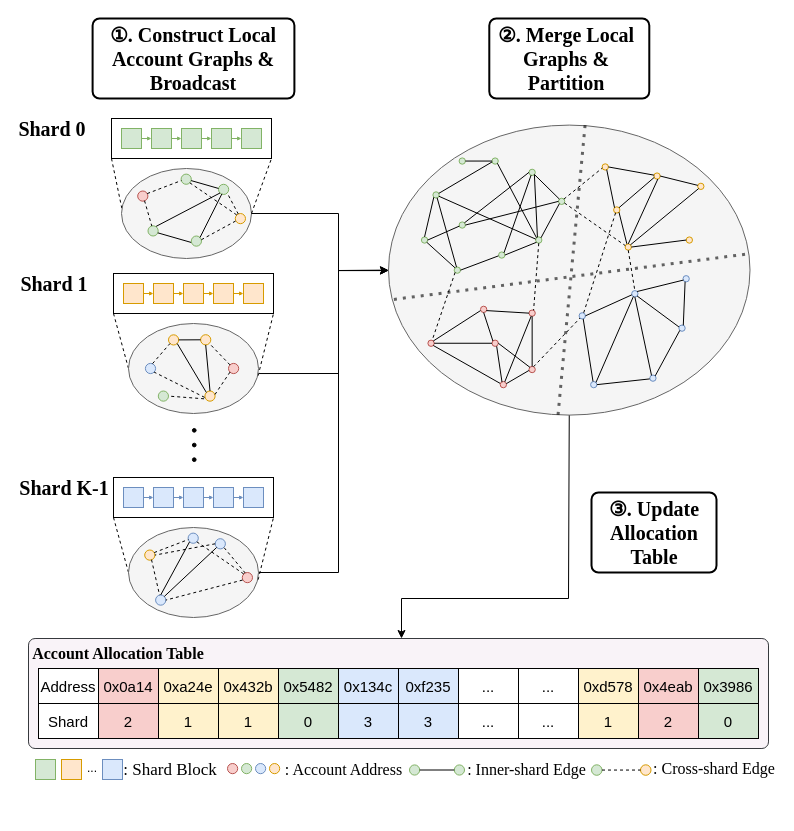
This is images/overview.drawio from qucheng-ustc/TAB, a draw.io file, before an edit. Source tidied: cells renumbered, new cells numbered last; positions are measured from the earlier drawing's top-left corner, leaving out a move shared by most shapes. Both pictures are drawn from the tidied source at 100%, with x=0, y=0 at pixel (17, 18).
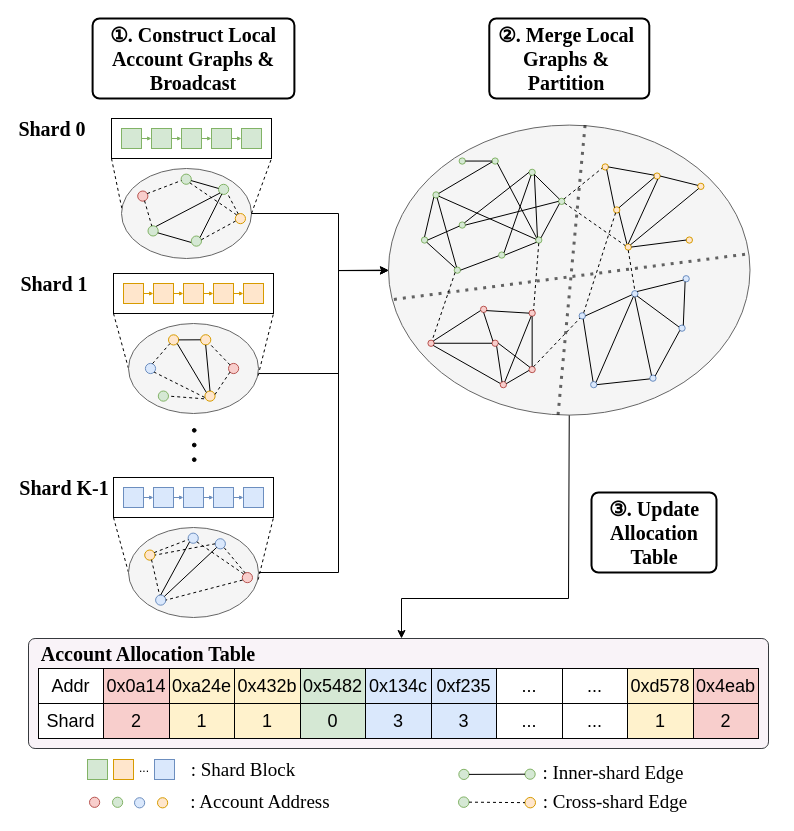
After the change.

Unchanged cells that the change refers to:
```xml
<mxCell id="6" style="shape=tableRow;horizontal=0;startSize=0;swimlaneHead=0;swimlaneBody=0;top=0;left=0;bottom=0;right=0;fontStyle=0;fillColor=none;strokeColor=inherit;" parent="5" vertex="1">
  <mxGeometry width="720" height="35" as="geometry" />
</mxCell>
<mxCell id="19" style="shape=tableRow;horizontal=0;startSize=0;swimlaneHead=0;swimlaneBody=0;top=0;left=0;bottom=0;right=0;fontStyle=0;fillColor=none;strokeColor=inherit;" parent="5" vertex="1">
  <mxGeometry y="35" width="720" height="35" as="geometry" />
</mxCell>
```

Change to the diagram source:
```diff
@@
-    <mxCell id="4" value="Account Allocation Table" style="text;html=1;strokeColor=none;fillColor=none;align=center;verticalAlign=middle;whiteSpace=wrap;rounded=0;fontSize=16;fontStyle=1;fontFamily=Times New Roman;" parent="1" vertex="1">
-      <mxGeometry x="11" y="620" width="180" height="30" as="geometry" />
+    <mxCell id="4" value="Account Allocation Table" style="text;html=1;strokeColor=none;fillColor=none;align=center;verticalAlign=middle;whiteSpace=wrap;rounded=0;fontSize=20;fontStyle=1;fontFamily=Times New Roman;" parent="1" vertex="1">
+      <mxGeometry x="11" y="620" width="240" height="30" as="geometry" />
     </mxCell>
@@
-    <mxCell id="7" value="Address" style="align=center;whiteSpace=wrap;html=1;fontSize=15;" parent="6" vertex="1">
-      <mxGeometry width="60" height="35" as="geometry" />
+    <mxCell id="7" value="Addr" style="align=center;whiteSpace=wrap;html=1;fontSize=18;" parent="6" vertex="1">
+      <mxGeometry width="65" height="35" as="geometry" />
     </mxCell>
-    <mxCell id="8" value="0x0a14" style="strokeColor=#000000;fillColor=#f8cecc;align=center;whiteSpace=wrap;html=1;fontSize=15;" parent="6" vertex="1">
-      <mxGeometry x="60" width="60" height="35" as="geometry" />
+    <mxCell id="8" value="0x0a14" style="strokeColor=#000000;fillColor=#f8cecc;align=center;whiteSpace=wrap;html=1;fontSize=18;" parent="6" vertex="1">
+      <mxGeometry x="65" width="66" height="35" as="geometry" />
     </mxCell>
-    <mxCell id="9" value="0xa24e" style="strokeColor=#000000;fillColor=#fff2cc;align=center;whiteSpace=wrap;html=1;fontSize=15;" parent="6" vertex="1">
-      <mxGeometry x="120" width="60" height="35" as="geometry" />
+    <mxCell id="9" value="0xa24e" style="strokeColor=#000000;fillColor=#fff2cc;align=center;whiteSpace=wrap;html=1;fontSize=18;" parent="6" vertex="1">
+      <mxGeometry x="131" width="65" height="35" as="geometry" />
     </mxCell>
-    <mxCell id="10" value="0x432b" style="strokeColor=#000000;fillColor=#fff2cc;align=center;whiteSpace=wrap;html=1;fontSize=15;" parent="6" vertex="1">
-      <mxGeometry x="180" width="60" height="35" as="geometry" />
+    <mxCell id="10" value="0x432b" style="strokeColor=#000000;fillColor=#fff2cc;align=center;whiteSpace=wrap;html=1;fontSize=18;" parent="6" vertex="1">
+      <mxGeometry x="196" width="66" height="35" as="geometry" />
     </mxCell>
-    <mxCell id="11" value="0x5482" style="strokeColor=#000000;fillColor=#d5e8d4;align=center;whiteSpace=wrap;html=1;fontSize=15;" parent="6" vertex="1">
-      <mxGeometry x="240" width="60" height="35" as="geometry" />
+    <mxCell id="11" value="0x5482" style="strokeColor=#000000;fillColor=#d5e8d4;align=center;whiteSpace=wrap;html=1;fontSize=18;" parent="6" vertex="1">
+      <mxGeometry x="262" width="65" height="35" as="geometry" />
     </mxCell>
-    <mxCell id="12" value="0x134c" style="strokeColor=#000000;fillColor=#dae8fc;align=center;whiteSpace=wrap;html=1;fontSize=15;" parent="6" vertex="1">
-      <mxGeometry x="300" width="60" height="35" as="geometry" />
+    <mxCell id="12" value="0x134c" style="strokeColor=#000000;fillColor=#dae8fc;align=center;whiteSpace=wrap;html=1;fontSize=18;" parent="6" vertex="1">
+      <mxGeometry x="327" width="66" height="35" as="geometry" />
     </mxCell>
-    <mxCell id="13" value="0xf235" style="strokeColor=#000000;fillColor=#dae8fc;align=center;whiteSpace=wrap;html=1;fontSize=15;" parent="6" vertex="1">
-      <mxGeometry x="360" width="60" height="35" as="geometry" />
+    <mxCell id="13" value="0xf235" style="strokeColor=#000000;fillColor=#dae8fc;align=center;whiteSpace=wrap;html=1;fontSize=18;" parent="6" vertex="1">
+      <mxGeometry x="393" width="65" height="35" as="geometry" />
     </mxCell>
-    <mxCell id="14" value="..." style="align=center;whiteSpace=wrap;html=1;fontSize=15;" parent="6" vertex="1">
-      <mxGeometry x="420" width="60" height="35" as="geometry" />
+    <mxCell id="14" value="..." style="align=center;whiteSpace=wrap;html=1;fontSize=18;" parent="6" vertex="1">
+      <mxGeometry x="458" width="66" height="35" as="geometry" />
     </mxCell>
-    <mxCell id="15" value="..." style="align=center;whiteSpace=wrap;html=1;fontSize=15;" parent="6" vertex="1">
-      <mxGeometry x="480" width="60" height="35" as="geometry" />
+    <mxCell id="15" value="..." style="align=center;whiteSpace=wrap;html=1;fontSize=18;" parent="6" vertex="1">
+      <mxGeometry x="524" width="65" height="35" as="geometry" />
     </mxCell>
-    <mxCell id="16" value="0xd578" style="strokeColor=#000000;fillColor=#fff2cc;align=center;whiteSpace=wrap;html=1;fontSize=15;" parent="6" vertex="1">
-      <mxGeometry x="540" width="60" height="35" as="geometry" />
+    <mxCell id="16" value="0xd578" style="strokeColor=#000000;fillColor=#fff2cc;align=center;whiteSpace=wrap;html=1;fontSize=18;" parent="6" vertex="1">
+      <mxGeometry x="589" width="66" height="35" as="geometry" />
     </mxCell>
-    <mxCell id="17" value="0x4eab" style="strokeColor=#000000;fillColor=#f8cecc;align=center;whiteSpace=wrap;html=1;fontSize=15;" parent="6" vertex="1">
-      <mxGeometry x="600" width="60" height="35" as="geometry" />
+    <mxCell id="17" value="0x4eab" style="strokeColor=#000000;fillColor=#f8cecc;align=center;whiteSpace=wrap;html=1;fontSize=18;" parent="6" vertex="1">
+      <mxGeometry x="655" width="65" height="35" as="geometry" />
     </mxCell>
-    <mxCell id="18" value="0x3986" style="strokeColor=#000000;fillColor=#d5e8d4;align=center;whiteSpace=wrap;html=1;fontSize=15;" parent="6" vertex="1">
-      <mxGeometry x="660" width="60" height="35" as="geometry" />
-    </mxCell>
@@
-    <mxCell id="20" value="Shard" style="align=center;whiteSpace=wrap;html=1;fontSize=15;" parent="19" vertex="1">
-      <mxGeometry width="60" height="35" as="geometry" />
+    <mxCell id="20" value="Shard" style="align=center;whiteSpace=wrap;html=1;fontSize=18;" parent="19" vertex="1">
+      <mxGeometry width="65" height="35" as="geometry" />
     </mxCell>
-    <mxCell id="21" value="2" style="strokeColor=#000000;fillColor=#f8cecc;align=center;whiteSpace=wrap;html=1;fontSize=15;" parent="19" vertex="1">
-      <mxGeometry x="60" width="60" height="35" as="geometry" />
+    <mxCell id="21" value="2" style="strokeColor=#000000;fillColor=#f8cecc;align=center;whiteSpace=wrap;html=1;fontSize=18;" parent="19" vertex="1">
+      <mxGeometry x="65" width="66" height="35" as="geometry" />
     </mxCell>
-    <mxCell id="22" value="1" style="strokeColor=#000000;fillColor=#fff2cc;align=center;whiteSpace=wrap;html=1;fontSize=15;" parent="19" vertex="1">
-      <mxGeometry x="120" width="60" height="35" as="geometry" />
+    <mxCell id="22" value="1" style="strokeColor=#000000;fillColor=#fff2cc;align=center;whiteSpace=wrap;html=1;fontSize=18;" parent="19" vertex="1">
+      <mxGeometry x="131" width="65" height="35" as="geometry" />
     </mxCell>
-    <mxCell id="23" value="1" style="strokeColor=#000000;fillColor=#fff2cc;align=center;whiteSpace=wrap;html=1;fontSize=15;" parent="19" vertex="1">
-      <mxGeometry x="180" width="60" height="35" as="geometry" />
+    <mxCell id="23" value="1" style="strokeColor=#000000;fillColor=#fff2cc;align=center;whiteSpace=wrap;html=1;fontSize=18;" parent="19" vertex="1">
+      <mxGeometry x="196" width="66" height="35" as="geometry" />
     </mxCell>
-    <mxCell id="24" value="0" style="strokeColor=#000000;fillColor=#d5e8d4;align=center;whiteSpace=wrap;html=1;fontSize=15;" parent="19" vertex="1">
-      <mxGeometry x="240" width="60" height="35" as="geometry" />
+    <mxCell id="24" value="0" style="strokeColor=#000000;fillColor=#d5e8d4;align=center;whiteSpace=wrap;html=1;fontSize=18;" parent="19" vertex="1">
+      <mxGeometry x="262" width="65" height="35" as="geometry" />
     </mxCell>
-    <mxCell id="25" value="3" style="strokeColor=#000000;fillColor=#dae8fc;align=center;whiteSpace=wrap;html=1;fontSize=15;" parent="19" vertex="1">
-      <mxGeometry x="300" width="60" height="35" as="geometry" />
+    <mxCell id="25" value="3" style="strokeColor=#000000;fillColor=#dae8fc;align=center;whiteSpace=wrap;html=1;fontSize=18;" parent="19" vertex="1">
+      <mxGeometry x="327" width="66" height="35" as="geometry" />
     </mxCell>
-    <mxCell id="26" value="3" style="strokeColor=#000000;fillColor=#dae8fc;align=center;whiteSpace=wrap;html=1;fontSize=15;" parent="19" vertex="1">
-      <mxGeometry x="360" width="60" height="35" as="geometry" />
+    <mxCell id="26" value="3" style="strokeColor=#000000;fillColor=#dae8fc;align=center;whiteSpace=wrap;html=1;fontSize=18;" parent="19" vertex="1">
+      <mxGeometry x="393" width="65" height="35" as="geometry" />
     </mxCell>
-    <mxCell id="27" value="..." style="align=center;whiteSpace=wrap;html=1;fontSize=15;" parent="19" vertex="1">
-      <mxGeometry x="420" width="60" height="35" as="geometry" />
+    <mxCell id="27" value="..." style="align=center;whiteSpace=wrap;html=1;fontSize=18;" parent="19" vertex="1">
+      <mxGeometry x="458" width="66" height="35" as="geometry" />
     </mxCell>
-    <mxCell id="28" value="..." style="align=center;whiteSpace=wrap;html=1;fontSize=15;" parent="19" vertex="1">
-      <mxGeometry x="480" width="60" height="35" as="geometry" />
+    <mxCell id="28" value="..." style="align=center;whiteSpace=wrap;html=1;fontSize=18;" parent="19" vertex="1">
+      <mxGeometry x="524" width="65" height="35" as="geometry" />
     </mxCell>
-    <mxCell id="29" value="1" style="strokeColor=#000000;fillColor=#fff2cc;align=center;whiteSpace=wrap;html=1;fontSize=15;" parent="19" vertex="1">
-      <mxGeometry x="540" width="60" height="35" as="geometry" />
+    <mxCell id="29" value="1" style="strokeColor=#000000;fillColor=#fff2cc;align=center;whiteSpace=wrap;html=1;fontSize=18;" parent="19" vertex="1">
+      <mxGeometry x="589" width="66" height="35" as="geometry" />
     </mxCell>
-    <mxCell id="30" value="2" style="strokeColor=#000000;fillColor=#f8cecc;align=center;whiteSpace=wrap;html=1;fontSize=15;" parent="19" vertex="1">
-      <mxGeometry x="600" width="60" height="35" as="geometry" />
+    <mxCell id="30" value="2" style="strokeColor=#000000;fillColor=#f8cecc;align=center;whiteSpace=wrap;html=1;fontSize=18;" parent="19" vertex="1">
+      <mxGeometry x="655" width="65" height="35" as="geometry" />
     </mxCell>
-    <mxCell id="31" value="0" style="strokeColor=#000000;fillColor=#d5e8d4;align=center;whiteSpace=wrap;html=1;fontSize=15;" parent="19" vertex="1">
-      <mxGeometry x="660" width="60" height="35" as="geometry" />
-    </mxCell>
@@
     <mxCell id="33" style="whiteSpace=wrap;html=1;fillColor=#d5e8d4;strokeColor=#82b366;" parent="1" vertex="1">
-      <mxGeometry x="18" y="741" width="20" height="20" as="geometry" />
+      <mxGeometry x="70" y="741" width="20" height="20" as="geometry" />
     </mxCell>
     <mxCell id="34" style="whiteSpace=wrap;html=1;fillColor=#ffe6cc;strokeColor=#d79b00;" parent="1" vertex="1">
-      <mxGeometry x="44" y="741" width="20" height="20" as="geometry" />
+      <mxGeometry x="96" y="741" width="20" height="20" as="geometry" />
     </mxCell>
     <mxCell id="35" style="whiteSpace=wrap;html=1;fillColor=#dae8fc;strokeColor=#6c8ebf;" parent="1" vertex="1">
-      <mxGeometry x="85" y="741" width="20" height="20" as="geometry" />
+      <mxGeometry x="137" y="741" width="20" height="20" as="geometry" />
     </mxCell>
-    <mxCell id="36" value=": Shard Block" style="text;html=1;strokeColor=none;fillColor=none;align=center;verticalAlign=middle;whiteSpace=wrap;rounded=0;fontSize=17;fontFamily=Times New Roman;" parent="1" vertex="1">
-      <mxGeometry x="105" y="741" width="96" height="21" as="geometry" />
+    <mxCell id="36" value=": Shard Block" style="text;html=1;strokeColor=none;fillColor=none;align=center;verticalAlign=middle;whiteSpace=wrap;rounded=0;fontSize=19;fontFamily=Times New Roman;" parent="1" vertex="1">
+      <mxGeometry x="163.6" y="741" width="124" height="21" as="geometry" />
     </mxCell>
     <mxCell id="37" style="ellipse;whiteSpace=wrap;html=1;fillColor=#f8cecc;strokeColor=#b85450;" parent="1" vertex="1">
-      <mxGeometry x="210" y="745" width="10.2" height="10.2" as="geometry" />
+      <mxGeometry x="72" y="778.7" width="10.2" height="10.2" as="geometry" />
     </mxCell>
     <mxCell id="38" style="ellipse;whiteSpace=wrap;html=1;fillColor=#d5e8d4;strokeColor=#82b366;" parent="1" vertex="1">
-      <mxGeometry x="224" y="745" width="10.2" height="10.2" as="geometry" />
+      <mxGeometry x="95" y="778.7" width="10.2" height="10.2" as="geometry" />
     </mxCell>
     <mxCell id="39" style="ellipse;whiteSpace=wrap;html=1;fillColor=#dae8fc;strokeColor=#6c8ebf;" parent="1" vertex="1">
-      <mxGeometry x="238" y="745" width="10.2" height="10.2" as="geometry" />
+      <mxGeometry x="117" y="779.2" width="10.2" height="10.2" as="geometry" />
     </mxCell>
     <mxCell id="40" style="ellipse;whiteSpace=wrap;html=1;fillColor=#ffe6cc;strokeColor=#d79b00;" parent="1" vertex="1">
-      <mxGeometry x="252" y="745" width="10.2" height="10.2" as="geometry" />
+      <mxGeometry x="140" y="779.2" width="10.2" height="10.2" as="geometry" />
     </mxCell>
-    <mxCell id="41" value=": Account Address" style="text;html=1;strokeColor=none;fillColor=none;align=center;verticalAlign=middle;whiteSpace=wrap;rounded=0;fontSize=16;fontFamily=Times New Roman;" parent="1" vertex="1">
-      <mxGeometry x="262.2" y="740" width="128.8" height="21" as="geometry" />
+    <mxCell id="41" value=": Account Address" style="text;html=1;strokeColor=none;fillColor=none;align=center;verticalAlign=middle;whiteSpace=wrap;rounded=0;fontSize=19;fontFamily=Times New Roman;" parent="1" vertex="1">
+      <mxGeometry x="163.6" y="773.2" width="157.8" height="21" as="geometry" />
     </mxCell>
     <mxCell id="42" style="ellipse;whiteSpace=wrap;html=1;fillColor=#d5e8d4;strokeColor=#82b366;" parent="1" vertex="1">
-      <mxGeometry x="436.8" y="746.4" width="10.2" height="10.2" as="geometry" />
+      <mxGeometry x="507.5" y="750.6" width="10.2" height="10.2" as="geometry" />
     </mxCell>
     <mxCell id="43" style="ellipse;whiteSpace=wrap;html=1;fillColor=#d5e8d4;strokeColor=#82b366;" parent="1" vertex="1">
-      <mxGeometry x="392" y="746.4" width="10.2" height="10.2" as="geometry" />
+      <mxGeometry x="441.3" y="750.8" width="10.2" height="10.2" as="geometry" />
     </mxCell>
@@
-    <mxCell id="45" value=": Inner-shard Edge" style="text;html=1;strokeColor=none;fillColor=none;align=center;verticalAlign=middle;whiteSpace=wrap;rounded=0;fontSize=16;fontFamily=Times New Roman;" parent="1" vertex="1">
-      <mxGeometry x="447" y="740" width="125" height="21" as="geometry" />
+    <mxCell id="45" value=": Inner-shard Edge" style="text;html=1;strokeColor=none;fillColor=none;align=center;verticalAlign=middle;whiteSpace=wrap;rounded=0;fontSize=19;fontFamily=Times New Roman;" parent="1" vertex="1">
+      <mxGeometry x="523.5" y="744.2" width="144" height="21" as="geometry" />
     </mxCell>
     <mxCell id="46" style="ellipse;whiteSpace=wrap;html=1;fillColor=#d5e8d4;strokeColor=#82b366;" parent="1" vertex="1">
-      <mxGeometry x="574" y="746.3" width="10.5" height="10.5" as="geometry" />
+      <mxGeometry x="441" y="778.4" width="10.5" height="10.5" as="geometry" />
     </mxCell>
     <mxCell id="47" style="ellipse;whiteSpace=wrap;html=1;fillColor=#ffe6cc;strokeColor=#d79b00;" parent="1" vertex="1">
-      <mxGeometry x="623" y="746.3" width="10.5" height="10.5" as="geometry" />
+      <mxGeometry x="507.5" y="778.9" width="10.5" height="10.5" as="geometry" />
     </mxCell>
@@
-    <mxCell id="49" value=": Cross-shard Edge" style="text;html=1;strokeColor=none;fillColor=none;align=center;verticalAlign=middle;whiteSpace=wrap;rounded=0;fontSize=16;fontFamily=Times New Roman;" parent="1" vertex="1">
-      <mxGeometry x="633.5" y="739.2" width="126" height="21" as="geometry" />
+    <mxCell id="49" value=": Cross-shard Edge" style="text;html=1;strokeColor=none;fillColor=none;align=center;verticalAlign=middle;whiteSpace=wrap;rounded=0;fontSize=19;fontFamily=Times New Roman;" parent="1" vertex="1">
+      <mxGeometry x="523.5" y="773.7" width="147.5" height="21" as="geometry" />
     </mxCell>
     <mxCell id="50" style="edgeStyle=orthogonalEdgeStyle;rounded=0;orthogonalLoop=1;jettySize=auto;html=1;entryX=0.476;entryY=1.085;entryDx=0;entryDy=0;entryPerimeter=0;" parent="1" edge="1">
       <mxGeometry relative="1" as="geometry">
-        <mxPoint x="74" y="756.4" as="sourcePoint" />
-        <mxPoint x="74" y="756.4" as="targetPoint" />
+        <mxPoint x="126" y="756.4" as="sourcePoint" />
+        <mxPoint x="126" y="756.4" as="targetPoint" />
       </mxGeometry>
     </mxCell>
     <mxCell id="51" value="..." style="text;html=1;strokeColor=none;fillColor=none;align=center;verticalAlign=middle;whiteSpace=wrap;rounded=0;" parent="1" vertex="1">
-      <mxGeometry x="62" y="744.2" width="26" height="11" as="geometry" />
+      <mxGeometry x="114" y="744.2" width="26" height="11" as="geometry" />
     </mxCell>
```
